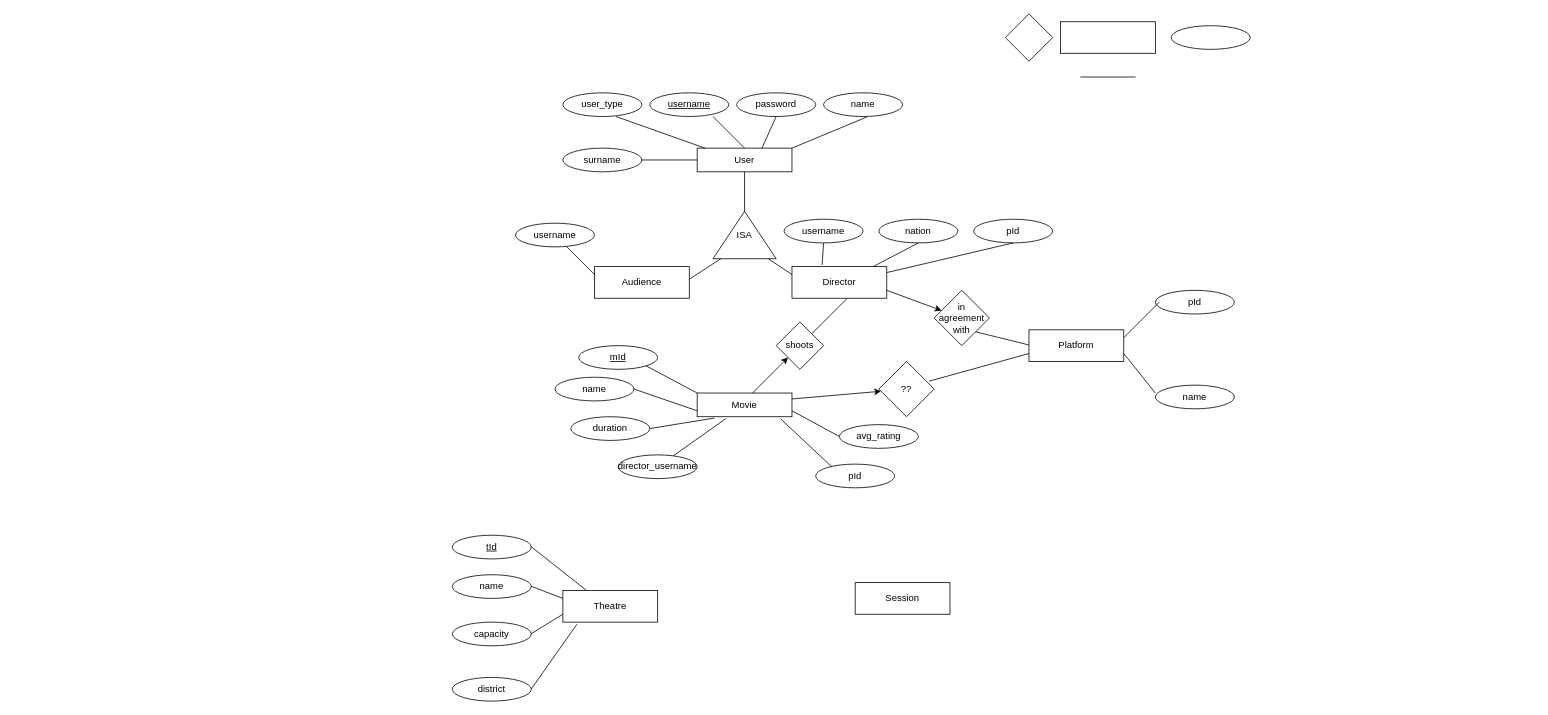
Before: movies-er.drawio in OnurKlc/draw.io_files, a draw.io diagram. Source tidied: cells renumbered, new cells numbered last; positions are measured from the earlier drawing's top-left corner, leaving out a move shared by most shapes. Both pictures are drawn from the tidied source at 79%, with x=0, y=0 at pixel (452, 13).
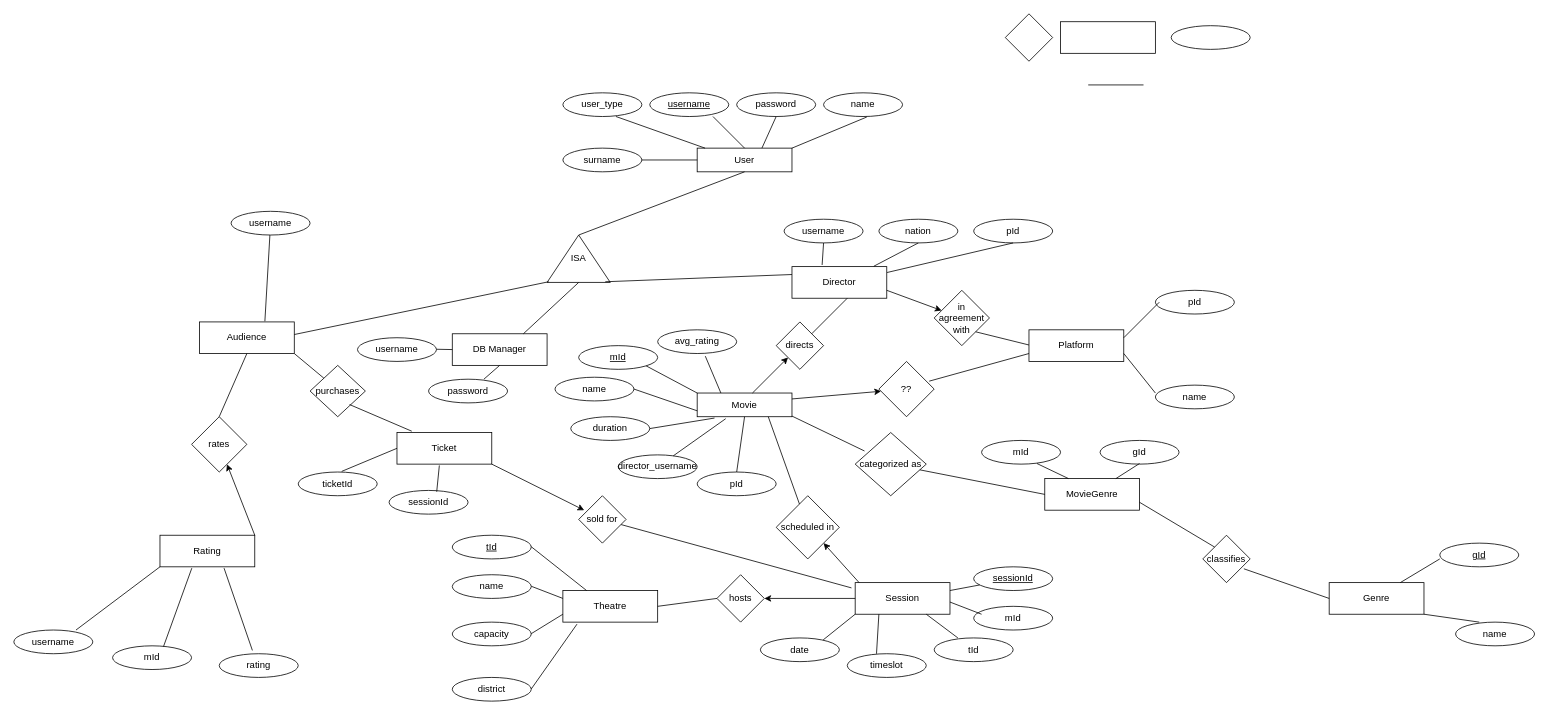
After the change.

Unchanged cells that the change refers to:
```xml
<mxCell id="2" value="User" style="rounded=0;whiteSpace=wrap;html=1;" parent="1" vertex="1">
  <mxGeometry x="310" y="170" width="120" height="30" as="geometry" />
</mxCell>
<mxCell id="16" value="Director" style="rounded=0;whiteSpace=wrap;html=1;" parent="1" vertex="1">
  <mxGeometry x="430" y="320" width="120" height="40" as="geometry" />
</mxCell>
<mxCell id="27" value="Movie" style="rounded=0;whiteSpace=wrap;html=1;" parent="1" vertex="1">
  <mxGeometry x="310" y="480" width="120" height="30" as="geometry" />
</mxCell>
<mxCell id="58" value="Theatre" style="rounded=0;whiteSpace=wrap;html=1;" parent="1" vertex="1">
  <mxGeometry x="140" y="730" width="120" height="40" as="geometry" />
</mxCell>
<mxCell id="59" value="Session" style="rounded=0;whiteSpace=wrap;html=1;" parent="1" vertex="1">
  <mxGeometry x="510" y="720" width="120" height="40" as="geometry" />
</mxCell>
```

What changed in the source:
```diff
@@
-    <mxCell id="13" style="endArrow=none;html=1;rounded=0;entryX=0.5;entryY=1;entryDx=0;entryDy=0;" parent="1" edge="1" target="2">
-      <mxGeometry relative="1" as="geometry">
-        <mxPoint x="370" y="260" as="sourcePoint" />
-      </mxGeometry>
+    <mxCell id="13" style="endArrow=none;html=1;rounded=0;entryX=0.5;entryY=1;entryDx=0;entryDy=0;exitX=1;exitY=0.5;exitDx=0;exitDy=0;" parent="1" edge="1" source="14" target="2">
+      <mxGeometry relative="1" as="geometry" />
     </mxCell>
     <mxCell id="14" value="ISA" style="triangle;whiteSpace=wrap;html=1;direction=north;" parent="1" vertex="1">
-      <mxGeometry x="330" y="250" width="80" height="60" as="geometry" />
+      <mxGeometry x="120" y="280" width="80" height="60" as="geometry" />
     </mxCell>
     <mxCell id="15" value="Audience" style="rounded=0;whiteSpace=wrap;html=1;" parent="1" vertex="1">
-      <mxGeometry x="180" y="320" width="120" height="40" as="geometry" />
+      <mxGeometry x="-320" y="390" width="120" height="40" as="geometry" />
     </mxCell>
@@
-    <mxCell id="17" style="endArrow=none;html=1;rounded=0;exitX=1.001;exitY=0.398;exitDx=0;exitDy=0;exitPerimeter=0;" parent="1" edge="1" source="15">
-      <mxGeometry relative="1" as="geometry">
-        <mxPoint x="340" y="310" as="targetPoint" />
-      </mxGeometry>
+    <mxCell id="17" style="endArrow=none;html=1;rounded=0;exitX=1.001;exitY=0.398;exitDx=0;exitDy=0;exitPerimeter=0;entryX=0.014;entryY=0.025;entryDx=0;entryDy=0;entryPerimeter=0;" parent="1" edge="1" source="15" target="14">
+      <mxGeometry relative="1" as="geometry" />
     </mxCell>
-    <mxCell id="18" style="endArrow=none;html=1;rounded=0;exitX=0;exitY=0.25;exitDx=0;exitDy=0;" parent="1" edge="1" source="16">
-      <mxGeometry relative="1" as="geometry">
-        <mxPoint x="400" y="310" as="targetPoint" />
-      </mxGeometry>
+    <mxCell id="18" style="endArrow=none;html=1;rounded=0;exitX=0;exitY=0.25;exitDx=0;exitDy=0;entryX=0.014;entryY=0.921;entryDx=0;entryDy=0;entryPerimeter=0;" parent="1" edge="1" source="16" target="14">
+      <mxGeometry relative="1" as="geometry" />
     </mxCell>
     <mxCell id="19" value="username" style="ellipse;whiteSpace=wrap;html=1;" parent="1" vertex="1">
-      <mxGeometry x="80" y="265" width="100" height="30" as="geometry" />
+      <mxGeometry x="-280" y="250" width="100" height="30" as="geometry" />
     </mxCell>
-    <mxCell id="20" style="endArrow=none;html=1;rounded=0;exitX=0;exitY=0.25;exitDx=0;exitDy=0;" parent="1" edge="1" source="15" target="19">
+    <mxCell id="20" style="endArrow=none;html=1;rounded=0;exitX=0.69;exitY=-0.021;exitDx=0;exitDy=0;exitPerimeter=0;" parent="1" edge="1" source="15" target="19">
       <mxGeometry relative="1" as="geometry" />
     </mxCell>
@@
     <mxCell id="28" value="pId" style="ellipse;whiteSpace=wrap;html=1;" parent="1" vertex="1">
-      <mxGeometry x="460" y="570" width="100" height="30" as="geometry" />
+      <mxGeometry x="310" y="580" width="100" height="30" as="geometry" />
     </mxCell>
     <mxCell id="29" value="avg_rating" style="ellipse;whiteSpace=wrap;html=1;" parent="1" vertex="1">
-      <mxGeometry x="490" y="520" width="100" height="30" as="geometry" />
+      <mxGeometry x="260" y="400" width="100" height="30" as="geometry" />
     </mxCell>
@@
-    <mxCell id="35" style="endArrow=none;html=1;rounded=0;entryX=0.203;entryY=0.112;entryDx=0;entryDy=0;exitX=0.878;exitY=1.083;exitDx=0;exitDy=0;entryPerimeter=0;exitPerimeter=0;" parent="1" edge="1" source="27" target="28">
+    <mxCell id="35" style="endArrow=none;html=1;rounded=0;entryX=0.5;entryY=0;entryDx=0;entryDy=0;exitX=0.5;exitY=1;exitDx=0;exitDy=0;" parent="1" edge="1" source="27" target="28">
       <mxGeometry relative="1" as="geometry" />
     </mxCell>
-    <mxCell id="36" style="endArrow=none;html=1;rounded=0;entryX=0;entryY=0.5;entryDx=0;entryDy=0;exitX=1;exitY=0.75;exitDx=0;exitDy=0;" parent="1" edge="1" source="27" target="29">
+    <mxCell id="36" style="endArrow=none;html=1;rounded=0;entryX=0.603;entryY=1.111;entryDx=0;entryDy=0;exitX=0.25;exitY=0;exitDx=0;exitDy=0;entryPerimeter=0;" parent="1" edge="1" source="27" target="29">
       <mxGeometry relative="1" as="geometry" />
     </mxCell>
@@
-    <mxCell id="40" value="shoots" style="rhombus;whiteSpace=wrap;html=1;" parent="1" vertex="1">
+    <mxCell id="40" value="directs" style="rhombus;whiteSpace=wrap;html=1;" parent="1" vertex="1">
       <mxGeometry x="410" y="390" width="60" height="60" as="geometry" />
     </mxCell>
@@
-    <mxCell id="53" style="endArrow=none;html=1;rounded=0;entryX=0;entryY=0.5;entryDx=0;entryDy=0;" parent="1" edge="1">
-      <mxGeometry relative="1" as="geometry">
-        <mxPoint x="795" y="80" as="sourcePoint" />
-        <mxPoint x="865" y="80" as="targetPoint" />
-      </mxGeometry>
+    <mxCell id="53" style="endArrow=none;html=1;rounded=0;entryX=-0.039;entryY=0.167;entryDx=0;entryDy=0;entryPerimeter=0;" parent="1" edge="1" source="119" target="59">
+      <mxGeometry relative="1" as="geometry" />
     </mxCell>
@@
+    <mxCell id="68" value="date" style="ellipse;whiteSpace=wrap;html=1;" parent="1" vertex="1">
+      <mxGeometry x="390" y="790" width="100" height="30" as="geometry" />
+    </mxCell>
+    <mxCell id="69" value="timeslot" style="ellipse;whiteSpace=wrap;html=1;" parent="1" vertex="1">
+      <mxGeometry x="500" y="810" width="100" height="30" as="geometry" />
+    </mxCell>
+    <mxCell id="70" value="&lt;u&gt;sessionId&lt;/u&gt;" style="ellipse;whiteSpace=wrap;html=1;" parent="1" vertex="1">
+      <mxGeometry x="660" y="700" width="100" height="30" as="geometry" />
+    </mxCell>
+    <mxCell id="71" value="mId" style="ellipse;whiteSpace=wrap;html=1;" parent="1" vertex="1">
+      <mxGeometry x="660" y="750" width="100" height="30" as="geometry" />
+    </mxCell>
+    <mxCell id="72" value="tId" style="ellipse;whiteSpace=wrap;html=1;" parent="1" vertex="1">
+      <mxGeometry x="610" y="790" width="100" height="30" as="geometry" />
+    </mxCell>
+    <mxCell id="73" style="endArrow=none;html=1;rounded=0;entryX=0;entryY=1;entryDx=0;entryDy=0;exitX=0.795;exitY=0.083;exitDx=0;exitDy=0;exitPerimeter=0;" parent="1" edge="1" source="68" target="59">
+      <mxGeometry relative="1" as="geometry" />
+    </mxCell>
+    <mxCell id="74" style="endArrow=none;html=1;rounded=0;entryX=0.25;entryY=1;entryDx=0;entryDy=0;exitX=0.37;exitY=0;exitDx=0;exitDy=0;exitPerimeter=0;" parent="1" edge="1" source="69" target="59">
+      <mxGeometry relative="1" as="geometry" />
+    </mxCell>
+    <mxCell id="75" style="endArrow=none;html=1;rounded=0;" parent="1" edge="1" target="70">
+      <mxGeometry relative="1" as="geometry">
+        <mxPoint x="630" y="730" as="sourcePoint" />
+      </mxGeometry>
+    </mxCell>
+    <mxCell id="76" style="endArrow=none;html=1;rounded=0;entryX=0;entryY=0.25;entryDx=0;entryDy=0;" parent="1" edge="1">
+      <mxGeometry relative="1" as="geometry">
+        <mxPoint x="630" y="744.6" as="sourcePoint" />
+        <mxPoint x="670" y="760" as="targetPoint" />
+      </mxGeometry>
+    </mxCell>
+    <mxCell id="77" style="endArrow=none;html=1;rounded=0;entryX=0.3;entryY=0;entryDx=0;entryDy=0;entryPerimeter=0;" parent="1" edge="1" target="72">
+      <mxGeometry relative="1" as="geometry">
+        <mxPoint x="600" y="760" as="sourcePoint" />
+      </mxGeometry>
+    </mxCell>
+    <mxCell id="78" value="scheduled in" style="rhombus;whiteSpace=wrap;html=1;" parent="1" vertex="1">
+      <mxGeometry x="410" y="610" width="80" height="80" as="geometry" />
+    </mxCell>
+    <mxCell id="79" value="hosts" style="rhombus;whiteSpace=wrap;html=1;" parent="1" vertex="1">
+      <mxGeometry x="335" y="710" width="60" height="60" as="geometry" />
+    </mxCell>
+    <mxCell id="80" style="endArrow=classic;html=1;rounded=0;entryX=1;entryY=1;entryDx=0;entryDy=0;" parent="1" edge="1" target="78">
+      <mxGeometry relative="1" as="geometry">
+        <mxPoint x="515" y="720" as="sourcePoint" />
+      </mxGeometry>
+    </mxCell>
+    <mxCell id="81" style="endArrow=classic;html=1;rounded=0;entryX=1;entryY=0.5;entryDx=0;entryDy=0;" parent="1" edge="1" target="79">
+      <mxGeometry relative="1" as="geometry">
+        <mxPoint x="510" y="740" as="sourcePoint" />
+      </mxGeometry>
+    </mxCell>
+    <mxCell id="82" style="endArrow=none;html=1;rounded=0;exitX=0.75;exitY=1;exitDx=0;exitDy=0;" parent="1" edge="1" source="27" target="78">
+      <mxGeometry relative="1" as="geometry" />
+    </mxCell>
+    <mxCell id="83" style="endArrow=none;html=1;rounded=0;entryX=0;entryY=0.5;entryDx=0;entryDy=0;exitX=1;exitY=0.5;exitDx=0;exitDy=0;" parent="1" edge="1" source="58" target="79">
+      <mxGeometry relative="1" as="geometry" />
+    </mxCell>
+    <mxCell id="84" value="MovieGenre" style="rounded=0;whiteSpace=wrap;html=1;" parent="1" vertex="1">
+      <mxGeometry x="750" y="588.3" width="120" height="40" as="geometry" />
+    </mxCell>
+    <mxCell id="85" value="Genre" style="rounded=0;whiteSpace=wrap;html=1;" parent="1" vertex="1">
+      <mxGeometry x="1110" y="720" width="120" height="40" as="geometry" />
+    </mxCell>
+    <mxCell id="86" value="categorized as" style="rhombus;whiteSpace=wrap;html=1;" parent="1" vertex="1">
+      <mxGeometry x="510" y="530" width="90" height="80" as="geometry" />
+    </mxCell>
+    <mxCell id="87" value="classifies" style="rhombus;whiteSpace=wrap;html=1;" parent="1" vertex="1">
+      <mxGeometry x="950" y="660" width="60" height="60" as="geometry" />
+    </mxCell>
+    <mxCell id="88" style="endArrow=none;html=1;rounded=0;entryX=0.131;entryY=0.292;entryDx=0;entryDy=0;entryPerimeter=0;" parent="1" edge="1" target="86">
+      <mxGeometry relative="1" as="geometry">
+        <mxPoint x="430" y="509.2" as="sourcePoint" />
+      </mxGeometry>
+    </mxCell>
+    <mxCell id="89" style="endArrow=none;html=1;rounded=0;entryX=0;entryY=0.5;entryDx=0;entryDy=0;exitX=0.867;exitY=0.708;exitDx=0;exitDy=0;exitPerimeter=0;" parent="1" edge="1" source="87" target="85">
+      <mxGeometry relative="1" as="geometry" />
+    </mxCell>
+    <mxCell id="90" style="endArrow=none;html=1;rounded=0;entryX=0;entryY=0;entryDx=0;entryDy=0;exitX=1;exitY=0.75;exitDx=0;exitDy=0;" parent="1" edge="1" source="84" target="87">
+      <mxGeometry relative="1" as="geometry" />
+    </mxCell>
+    <mxCell id="91" style="endArrow=none;html=1;rounded=0;entryX=0;entryY=0.5;entryDx=0;entryDy=0;" parent="1" edge="1" source="86" target="84">
+      <mxGeometry relative="1" as="geometry" />
+    </mxCell>
+    <mxCell id="92" value="name" style="ellipse;whiteSpace=wrap;html=1;" parent="1" vertex="1">
+      <mxGeometry x="1270" y="770" width="100" height="30" as="geometry" />
+    </mxCell>
+    <mxCell id="93" value="&lt;u&gt;gId&lt;/u&gt;" style="ellipse;whiteSpace=wrap;html=1;" parent="1" vertex="1">
+      <mxGeometry x="1250" y="670" width="100" height="30" as="geometry" />
+    </mxCell>
+    <mxCell id="94" style="endArrow=none;html=1;rounded=0;entryX=0;entryY=0.5;entryDx=0;entryDy=0;exitX=1;exitY=1;exitDx=0;exitDy=0;" parent="1" edge="1" source="85">
+      <mxGeometry relative="1" as="geometry">
+        <mxPoint x="1300" y="770" as="targetPoint" />
+      </mxGeometry>
+    </mxCell>
+    <mxCell id="95" style="endArrow=none;html=1;rounded=0;entryX=0;entryY=0.5;entryDx=0;entryDy=0;exitX=0.75;exitY=0;exitDx=0;exitDy=0;" parent="1" edge="1" source="85">
+      <mxGeometry relative="1" as="geometry">
+        <mxPoint x="1250" y="690" as="targetPoint" />
+      </mxGeometry>
+    </mxCell>
+    <mxCell id="96" value="gId" style="ellipse;whiteSpace=wrap;html=1;" parent="1" vertex="1">
+      <mxGeometry x="820" y="540" width="100" height="30" as="geometry" />
+    </mxCell>
+    <mxCell id="97" value="mId" style="ellipse;whiteSpace=wrap;html=1;" parent="1" vertex="1">
+      <mxGeometry x="670" y="540" width="100" height="30" as="geometry" />
+    </mxCell>
+    <mxCell id="98" style="endArrow=none;html=1;rounded=0;entryX=0;entryY=0.5;entryDx=0;entryDy=0;exitX=0.75;exitY=0;exitDx=0;exitDy=0;" parent="1" edge="1" source="84">
+      <mxGeometry relative="1" as="geometry">
+        <mxPoint x="870" y="569.2" as="targetPoint" />
+      </mxGeometry>
+    </mxCell>
+    <mxCell id="99" style="endArrow=none;html=1;rounded=0;entryX=0.25;entryY=0;entryDx=0;entryDy=0;" parent="1" edge="1" target="84">
+      <mxGeometry relative="1" as="geometry">
+        <mxPoint x="740" y="569.2" as="sourcePoint" />
+      </mxGeometry>
+    </mxCell>
+    <mxCell id="100" value="Rating" style="rounded=0;whiteSpace=wrap;html=1;" parent="1" vertex="1">
+      <mxGeometry x="-370" y="660" width="120" height="40" as="geometry" />
+    </mxCell>
+    <mxCell id="101" value="rates" style="rhombus;whiteSpace=wrap;html=1;" parent="1" vertex="1">
+      <mxGeometry x="-330" y="510" width="70" height="70" as="geometry" />
+    </mxCell>
+    <mxCell id="102" style="endArrow=classic;html=1;rounded=0;exitX=1;exitY=0;exitDx=0;exitDy=0;" parent="1" edge="1" source="100" target="101">
+      <mxGeometry relative="1" as="geometry" />
+    </mxCell>
+    <mxCell id="103" style="endArrow=none;html=1;rounded=0;entryX=0.5;entryY=1;entryDx=0;entryDy=0;exitX=0.5;exitY=0;exitDx=0;exitDy=0;" parent="1" edge="1" source="101" target="15">
+      <mxGeometry relative="1" as="geometry" />
+    </mxCell>
+    <mxCell id="104" value="rating" style="ellipse;whiteSpace=wrap;html=1;" parent="1" vertex="1">
+      <mxGeometry x="-295" y="810" width="100" height="30" as="geometry" />
+    </mxCell>
+    <mxCell id="105" value="mId" style="ellipse;whiteSpace=wrap;html=1;" parent="1" vertex="1">
+      <mxGeometry x="-430" y="800" width="100" height="30" as="geometry" />
+    </mxCell>
+    <mxCell id="106" value="username" style="ellipse;whiteSpace=wrap;html=1;" parent="1" vertex="1">
+      <mxGeometry x="-555" y="780" width="100" height="30" as="geometry" />
+    </mxCell>
+    <mxCell id="107" style="endArrow=none;html=1;rounded=0;entryX=0.336;entryY=1.042;entryDx=0;entryDy=0;entryPerimeter=0;exitX=0.645;exitY=0.028;exitDx=0;exitDy=0;exitPerimeter=0;" parent="1" edge="1" source="105" target="100">
+      <mxGeometry relative="1" as="geometry" />
+    </mxCell>
+    <mxCell id="108" style="endArrow=none;html=1;rounded=0;entryX=0.42;entryY=-0.139;entryDx=0;entryDy=0;entryPerimeter=0;exitX=0.676;exitY=1.042;exitDx=0;exitDy=0;exitPerimeter=0;" parent="1" edge="1" source="100" target="104">
+      <mxGeometry relative="1" as="geometry" />
+    </mxCell>
+    <mxCell id="109" style="endArrow=none;html=1;rounded=0;entryX=0;entryY=1;entryDx=0;entryDy=0;exitX=0.787;exitY=0;exitDx=0;exitDy=0;exitPerimeter=0;" parent="1" edge="1" source="106" target="100">
+      <mxGeometry relative="1" as="geometry" />
+    </mxCell>
+    <mxCell id="110" value="Ticket" style="rounded=0;whiteSpace=wrap;html=1;" parent="1" vertex="1">
+      <mxGeometry x="-70" y="530" width="120" height="40" as="geometry" />
+    </mxCell>
+    <mxCell id="111" value="sessionId" style="ellipse;whiteSpace=wrap;html=1;" parent="1" vertex="1">
+      <mxGeometry x="-80" y="603.3" width="100" height="30" as="geometry" />
+    </mxCell>
+    <mxCell id="112" value="ticketId" style="ellipse;whiteSpace=wrap;html=1;" parent="1" vertex="1">
+      <mxGeometry x="-195" y="580" width="100" height="30" as="geometry" />
+    </mxCell>
+    <mxCell id="113" style="endArrow=none;html=1;rounded=0;exitX=0.447;exitY=1.042;exitDx=0;exitDy=0;exitPerimeter=0;entryX=0.603;entryY=0.056;entryDx=0;entryDy=0;entryPerimeter=0;" parent="1" edge="1" source="110" target="111">
+      <mxGeometry relative="1" as="geometry" />
+    </mxCell>
+    <mxCell id="114" style="endArrow=none;html=1;rounded=0;entryX=0;entryY=0.5;entryDx=0;entryDy=0;" parent="1" edge="1" target="110">
+      <mxGeometry relative="1" as="geometry">
+        <mxPoint x="-140" y="579.2" as="sourcePoint" />
+      </mxGeometry>
+    </mxCell>
+    <mxCell id="115" value="purchases" style="rhombus;whiteSpace=wrap;html=1;" parent="1" vertex="1">
+      <mxGeometry x="-180" y="445" width="70" height="65" as="geometry" />
+    </mxCell>
+    <mxCell id="116" style="endArrow=none;html=1;rounded=0;entryX=0;entryY=0.5;entryDx=0;entryDy=0;" parent="1" edge="1">
+      <mxGeometry relative="1" as="geometry">
+        <mxPoint x="805" y="90" as="sourcePoint" />
+        <mxPoint x="875" y="90" as="targetPoint" />
+      </mxGeometry>
+    </mxCell>
+    <mxCell id="117" style="endArrow=none;html=1;rounded=0;entryX=0.156;entryY=-0.042;entryDx=0;entryDy=0;entryPerimeter=0;" parent="1" edge="1" target="110">
+      <mxGeometry relative="1" as="geometry">
+        <mxPoint x="-130" y="494.6" as="sourcePoint" />
+      </mxGeometry>
+    </mxCell>
+    <mxCell id="118" style="endArrow=none;html=1;rounded=0;entryX=0;entryY=0;entryDx=0;entryDy=0;" parent="1" edge="1" target="115">
+      <mxGeometry relative="1" as="geometry">
+        <mxPoint x="-200" y="430" as="sourcePoint" />
+      </mxGeometry>
+    </mxCell>
+    <mxCell id="119" value="sold for" style="rhombus;whiteSpace=wrap;html=1;" parent="1" vertex="1">
+      <mxGeometry x="160" y="610" width="60" height="60" as="geometry" />
+    </mxCell>
+    <mxCell id="120" style="endArrow=classic;html=1;rounded=0;entryX=0.117;entryY=0.306;entryDx=0;entryDy=0;entryPerimeter=0;" parent="1" edge="1" target="119">
+      <mxGeometry relative="1" as="geometry">
+        <mxPoint x="50" y="570" as="sourcePoint" />
+      </mxGeometry>
+    </mxCell>
+    <mxCell id="121" value="DB Manager" style="rounded=0;whiteSpace=wrap;html=1;" parent="1" vertex="1">
+      <mxGeometry y="405" width="120" height="40" as="geometry" />
+    </mxCell>
+    <mxCell id="122" style="endArrow=none;html=1;rounded=0;entryX=0;entryY=0.5;entryDx=0;entryDy=0;exitX=0.75;exitY=0;exitDx=0;exitDy=0;" parent="1" edge="1" source="121" target="14">
+      <mxGeometry relative="1" as="geometry" />
+    </mxCell>
+    <mxCell id="123" value="password" style="ellipse;whiteSpace=wrap;html=1;" parent="1" vertex="1">
+      <mxGeometry x="-30" y="462.5" width="100" height="30" as="geometry" />
+    </mxCell>
+    <mxCell id="124" value="username" style="ellipse;whiteSpace=wrap;html=1;" parent="1" vertex="1">
+      <mxGeometry x="-120" y="410" width="100" height="30" as="geometry" />
+    </mxCell>
+    <mxCell id="125" style="endArrow=none;html=1;rounded=0;" parent="1" edge="1">
+      <mxGeometry relative="1" as="geometry">
+        <mxPoint x="-20" y="424.6" as="sourcePoint" />
+        <mxPoint y="425" as="targetPoint" />
+      </mxGeometry>
+    </mxCell>
+    <mxCell id="126" style="endArrow=none;html=1;rounded=0;entryX=0.5;entryY=1;entryDx=0;entryDy=0;" parent="1" edge="1" target="121">
+      <mxGeometry relative="1" as="geometry">
+        <mxPoint x="40" y="462.5" as="sourcePoint" />
+      </mxGeometry>
+    </mxCell>
```
